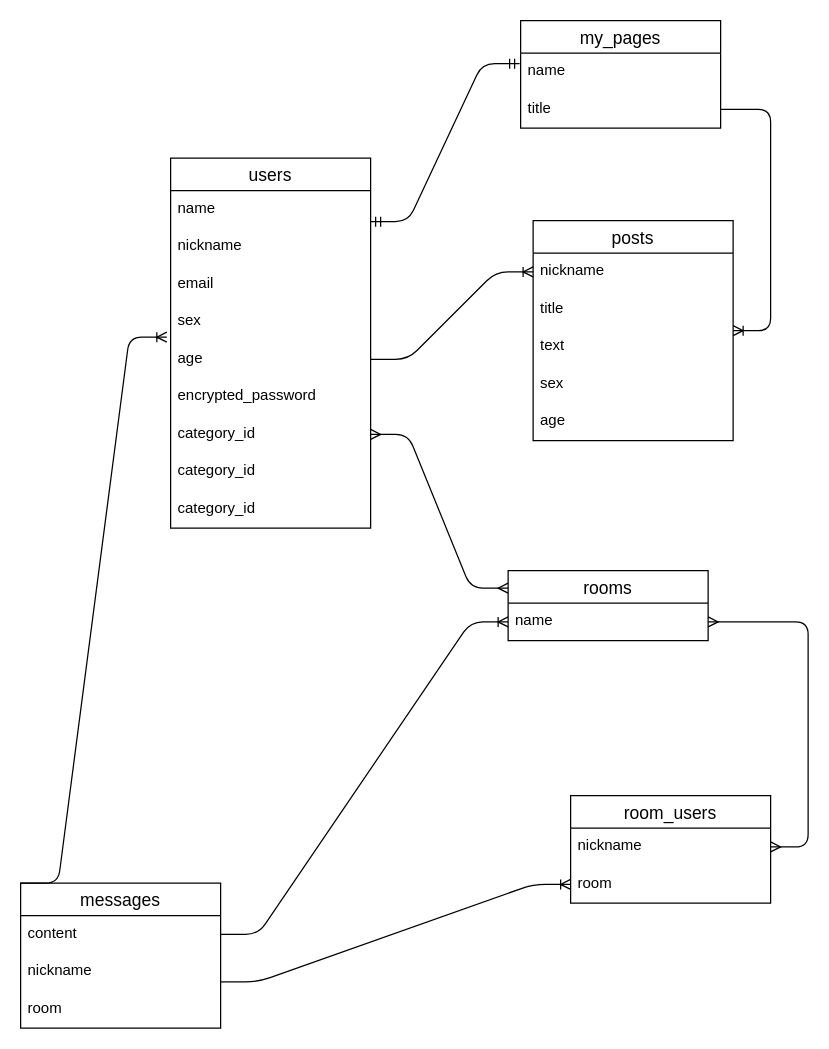
The draw.io diagram test.dio in pusann/original_1206, before the edit. Source tidied: cells renumbered, new cells numbered last; positions are measured from the earlier drawing's top-left corner, leaving out a move shared by most shapes. Both pictures are drawn from the tidied source at 125%, with x=0, y=0 at pixel (20, 20).
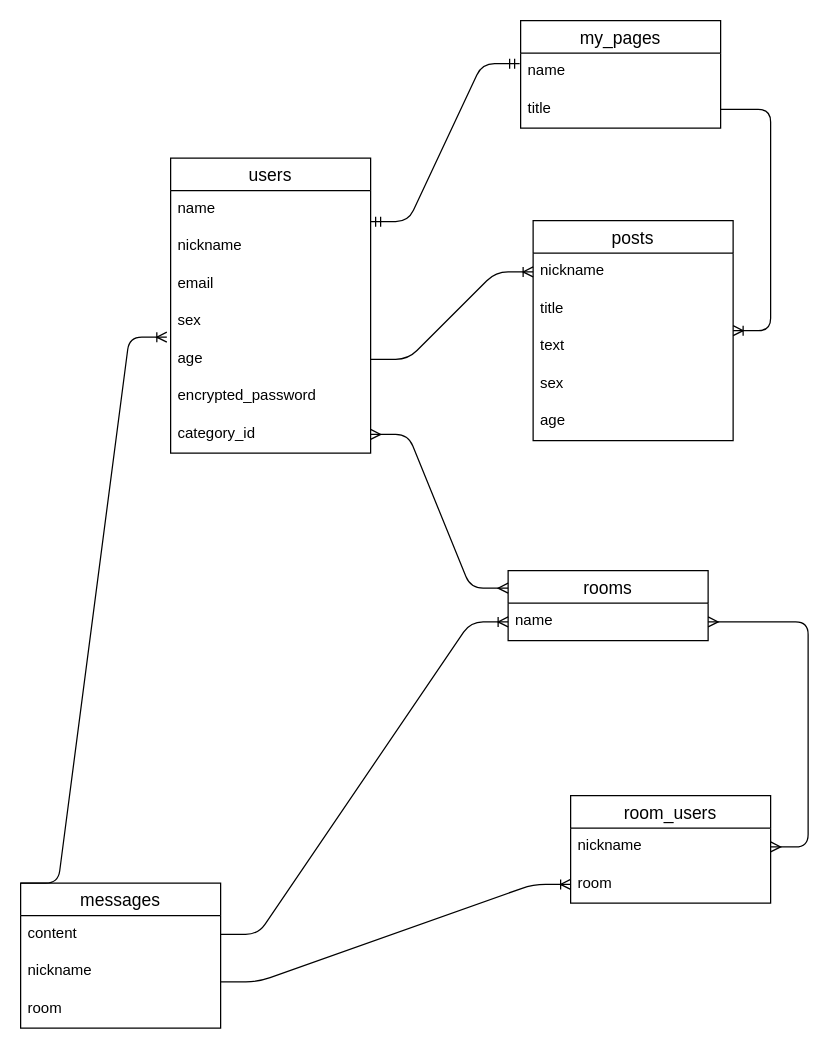
The same page after the edit.

Change to the diagram source:
```diff
@@
     <mxCell id="2" value="users" style="swimlane;fontStyle=0;horizontal=1;startSize=26;align=center;fontSize=14;" parent="1" vertex="1">
-      <mxGeometry x="120" y="110" width="160" height="296" as="geometry" />
+      <mxGeometry x="120" y="110" width="160" height="236" as="geometry" />
     </mxCell>
@@
-    <mxCell id="10" value="category_id" style="text;strokeColor=none;fillColor=none;spacingLeft=4;spacingRight=4;overflow=hidden;fontSize=12;" parent="2" vertex="1">
-      <mxGeometry y="236" width="160" height="30" as="geometry" />
-    </mxCell>
-    <mxCell id="11" value="category_id" style="text;strokeColor=none;fillColor=none;spacingLeft=4;spacingRight=4;overflow=hidden;fontSize=12;" parent="2" vertex="1">
-      <mxGeometry y="266" width="160" height="30" as="geometry" />
-    </mxCell>
```
